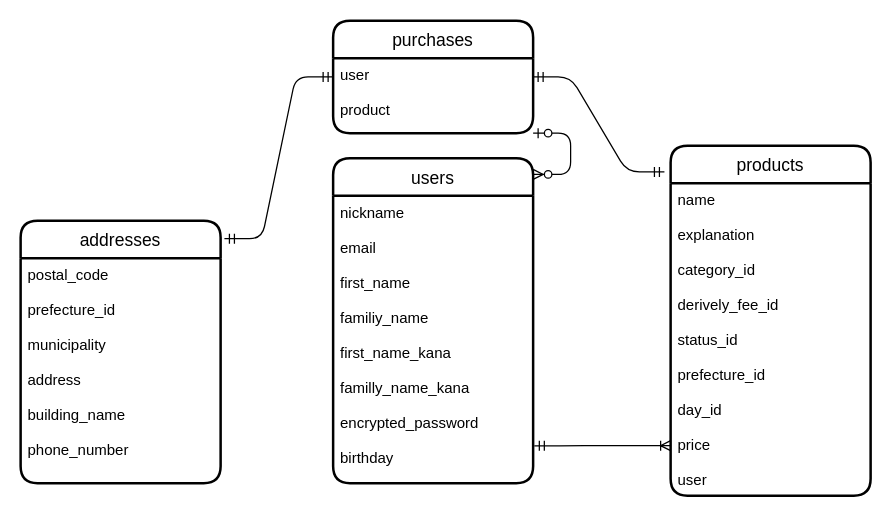
Earlier version of the draw.io diagram page "ページ1" (1 of 2) of app/ER.dio (devjohony/furima-37766). Source tidied: cells renumbered, new cells numbered last; positions are measured from the earlier drawing's top-left corner, leaving out a move shared by most shapes. Both pictures are drawn from the tidied source at 125%, with x=0, y=0 at pixel (20, 20).
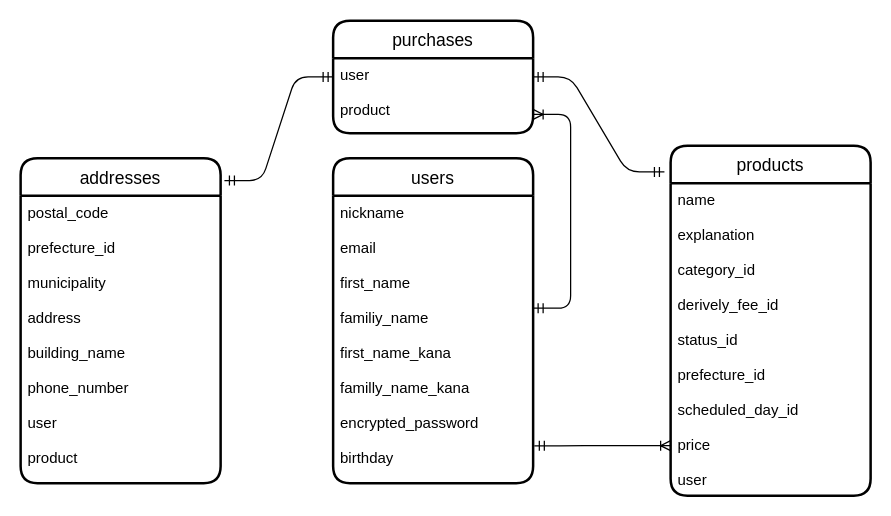
Above is the later version.

Change to the diagram source:
```diff
@@
 <mxGraphModel>
   <root>
     <mxCell id="0" />
     <mxCell id="1" parent="0" />
     <mxCell id="2" value="users" style="swimlane;horizontal=1;startSize=30;rounded=1;fontSize=14;fontStyle=0;strokeWidth=2;shadow=0;dashed=0;align=center;" parent="1" vertex="1">
       <mxGeometry x="250" y="110" width="160" height="260" as="geometry" />
     </mxCell>
     <mxCell id="3" value="nickname&#10;&#10;email&#10;&#10;first_name&#10;&#10;familiy_name&#10;&#10;first_name_kana&#10;&#10;familly_name_kana&#10;&#10;encrypted_password&#10;&#10;birthday" style="align=left;strokeColor=none;fillColor=none;spacingLeft=4;fontSize=12;verticalAlign=top;shadow=1;" parent="2" vertex="1">
       <mxGeometry y="30" width="160" height="230" as="geometry" />
     </mxCell>
     <mxCell id="4" value="purchases" style="swimlane;horizontal=1;startSize=30;rounded=1;fontSize=14;fontStyle=0;strokeWidth=2;shadow=0;dashed=0;align=center;" parent="1" vertex="1">
       <mxGeometry x="250" width="160" height="90" as="geometry" />
     </mxCell>
     <mxCell id="5" value="user&#10;&#10;product" style="align=left;strokeColor=none;fillColor=none;spacingLeft=4;fontSize=12;verticalAlign=top;shadow=1;" parent="4" vertex="1">
       <mxGeometry y="30" width="160" height="60" as="geometry" />
     </mxCell>
     <mxCell id="6" value="addresses" style="swimlane;horizontal=1;startSize=30;rounded=1;fontSize=14;fontStyle=0;strokeWidth=2;shadow=0;dashed=0;align=center;" parent="1" vertex="1">
-      <mxGeometry y="160" width="160" height="210" as="geometry" />
+      <mxGeometry y="110" width="160" height="260" as="geometry" />
     </mxCell>
-    <mxCell id="7" value="postal_code&#10;&#10;prefecture_id&#10;&#10;municipality&#10;&#10;address&#10;&#10;building_name&#10;&#10;phone_number&#10;" style="align=left;strokeColor=none;fillColor=none;spacingLeft=4;fontSize=12;verticalAlign=top;shadow=1;" parent="6" vertex="1">
-      <mxGeometry y="30" width="160" height="180" as="geometry" />
+    <mxCell id="7" value="postal_code&#10;&#10;prefecture_id&#10;&#10;municipality&#10;&#10;address&#10;&#10;building_name&#10;&#10;phone_number&#10;&#10;user&#10;&#10;product" style="align=left;strokeColor=none;fillColor=none;spacingLeft=4;fontSize=12;verticalAlign=top;shadow=1;" parent="6" vertex="1">
+      <mxGeometry y="30" width="160" height="230" as="geometry" />
     </mxCell>
     <mxCell id="8" value="products" style="swimlane;horizontal=1;startSize=30;rounded=1;fontSize=14;fontStyle=0;strokeWidth=2;shadow=0;dashed=0;align=center;" parent="1" vertex="1">
       <mxGeometry x="520" y="100" width="160" height="280" as="geometry" />
     </mxCell>
-    <mxCell id="9" value="name&#10;&#10;explanation&#10;&#10;category_id&#10;&#10;derively_fee_id&#10;&#10;status_id&#10;&#10;prefecture_id&#10;&#10;day_id&#10;&#10;price&#10;&#10;user" style="align=left;strokeColor=none;fillColor=none;spacingLeft=4;fontSize=12;verticalAlign=top;shadow=1;" parent="8" vertex="1">
+    <mxCell id="9" value="name&#10;&#10;explanation&#10;&#10;category_id&#10;&#10;derively_fee_id&#10;&#10;status_id&#10;&#10;prefecture_id&#10;&#10;scheduled_day_id&#10;&#10;price&#10;&#10;user" style="align=left;strokeColor=none;fillColor=none;spacingLeft=4;fontSize=12;verticalAlign=top;shadow=1;" parent="8" vertex="1">
       <mxGeometry y="30" width="160" height="250" as="geometry" />
     </mxCell>
     <mxCell id="10" style="edgeStyle=entityRelationEdgeStyle;fontSize=12;html=1;endArrow=ERoneToMany;startArrow=ERmandOne;entryX=0;entryY=0.84;entryDx=0;entryDy=0;entryPerimeter=0;exitX=1.006;exitY=0.87;exitDx=0;exitDy=0;exitPerimeter=0;" parent="1" edge="1" source="3" target="9">
       <mxGeometry relative="1" as="geometry" />
     </mxCell>
     <mxCell id="11" style="edgeStyle=entityRelationEdgeStyle;fontSize=12;html=1;endArrow=ERmandOne;startArrow=ERmandOne;exitX=1;exitY=0.25;exitDx=0;exitDy=0;entryX=-0.031;entryY=0.075;entryDx=0;entryDy=0;entryPerimeter=0;" parent="1" edge="1" source="5" target="8">
       <mxGeometry relative="1" as="geometry" />
     </mxCell>
     <mxCell id="12" style="edgeStyle=entityRelationEdgeStyle;fontSize=12;html=1;endArrow=ERmandOne;startArrow=ERmandOne;entryX=0;entryY=0.5;entryDx=0;entryDy=0;exitX=1.019;exitY=0.069;exitDx=0;exitDy=0;exitPerimeter=0;" parent="1" edge="1" source="6" target="4">
       <mxGeometry relative="1" as="geometry" />
     </mxCell>
-    <mxCell id="13" style="edgeStyle=entityRelationEdgeStyle;fontSize=12;html=1;endArrow=ERzeroToMany;startArrow=ERzeroToOne;exitX=1;exitY=1;exitDx=0;exitDy=0;entryX=1;entryY=0.05;entryDx=0;entryDy=0;entryPerimeter=0;" parent="1" edge="1" source="5" target="2">
-      <mxGeometry relative="1" as="geometry" />
-    </mxCell>
+    <mxCell id="14" style="edgeStyle=entityRelationEdgeStyle;fontSize=12;html=1;endArrow=ERoneToMany;startArrow=ERmandOne;entryX=1;entryY=0.75;entryDx=0;entryDy=0;" parent="1" edge="1" target="5">
+      <mxGeometry relative="1" as="geometry">
+        <mxPoint x="410" y="230" as="sourcePoint" />
+      </mxGeometry>
+    </mxCell>
   </root>
 </mxGraphModel>
```
